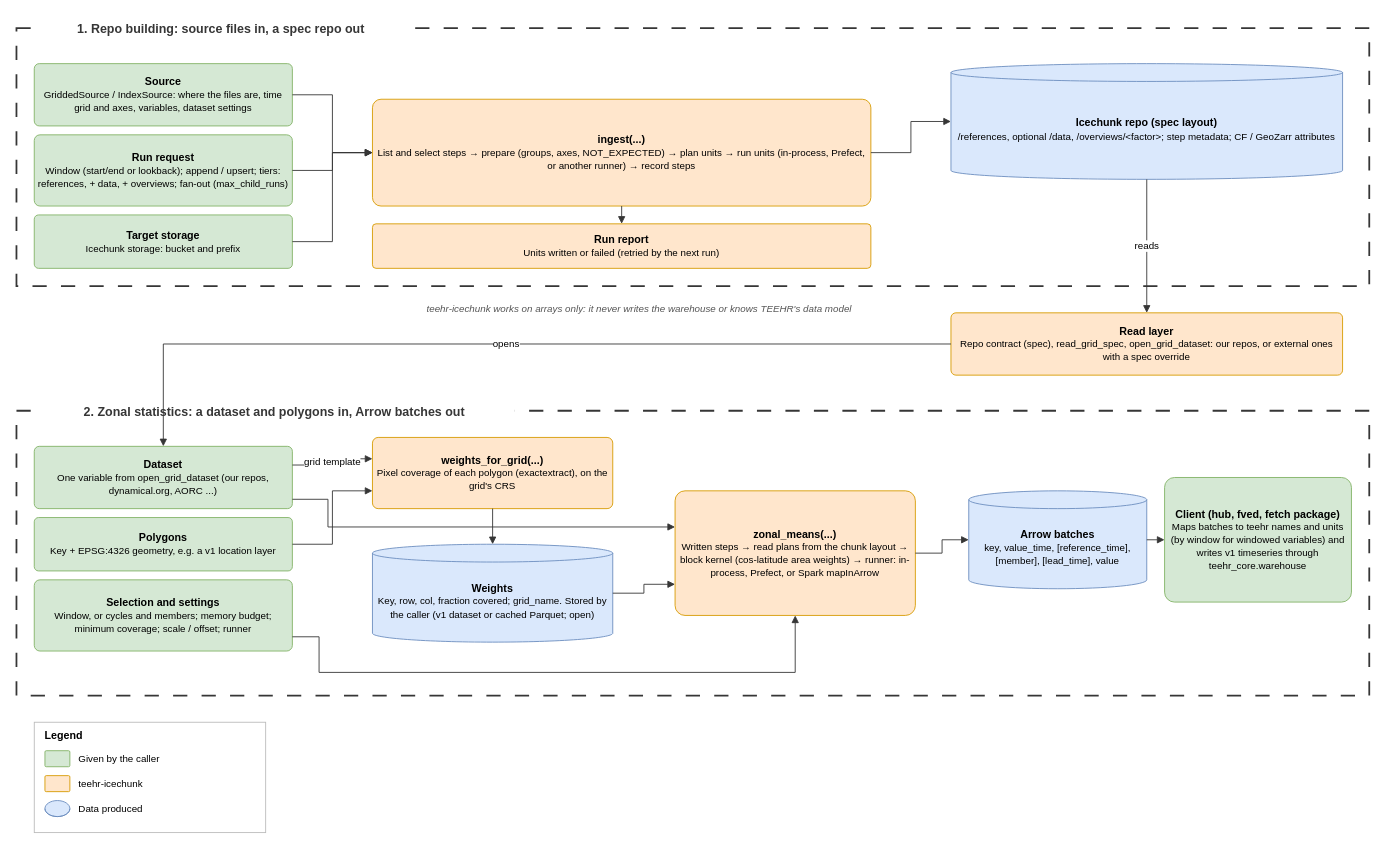
Earlier version of the draw.io diagram page "Two paths: inputs and outputs" (1 of 5) of docs/diagrams/drawio/teehr-icechunk.drawio (RTIInternational/teehr-icechunk). Source tidied: cells renumbered, new cells numbered last; positions are measured from the earlier drawing's top-left corner, leaving out a move shared by most shapes. Both pictures are drawn from the tidied source at 89%, with x=0, y=0 at pixel (16, 15).
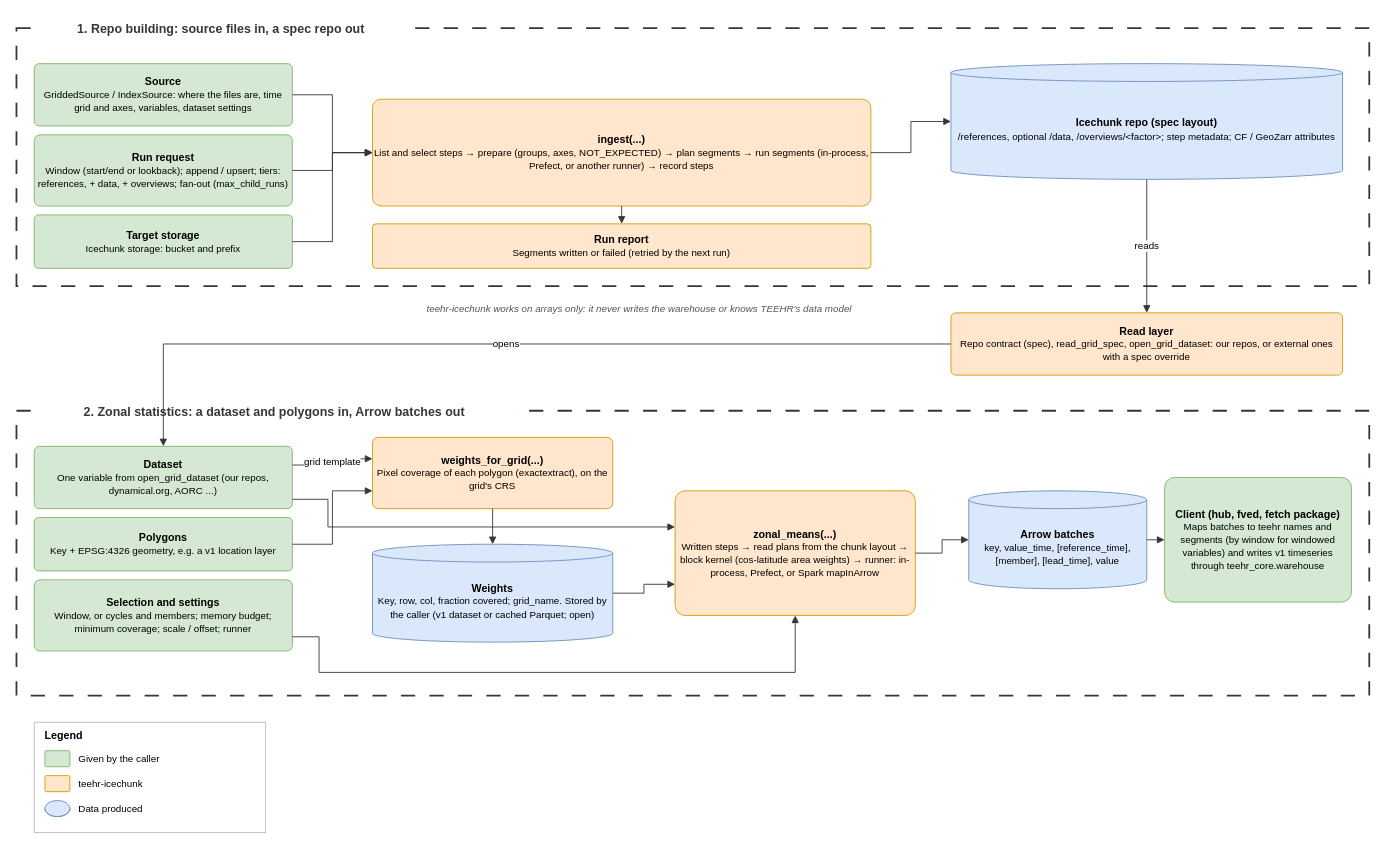
Above is the later version.

What changed in the source:
```diff
@@
-    <mxCell id="7" value="&lt;b&gt;ingest(...)&lt;/b&gt;&lt;br&gt;&lt;font style=&quot;font-size:11px&quot;&gt;List and select steps → prepare (groups, axes, NOT_EXPECTED) → plan units → run units (in-process, Prefect, or another runner) → record steps&lt;/font&gt;" style="rounded=1;whiteSpace=wrap;html=1;arcSize=8;fontSize=12;fillColor=#ffe6cc;strokeColor=#d79b00;" parent="1" vertex="1">
+    <mxCell id="7" value="&lt;b&gt;ingest(...)&lt;/b&gt;&lt;br&gt;&lt;font style=&quot;font-size:11px&quot;&gt;List and select steps → prepare (groups, axes, NOT_EXPECTED) → plan segments → run segments (in-process, Prefect, or another runner) → record steps&lt;/font&gt;" style="rounded=1;whiteSpace=wrap;html=1;arcSize=8;fontSize=12;fillColor=#ffe6cc;strokeColor=#d79b00;" parent="1" vertex="1">
       <mxGeometry x="400" y="94" width="560" height="120" as="geometry" />
     </mxCell>
@@
-    <mxCell id="9" value="&lt;b&gt;Run report&lt;/b&gt;&lt;br&gt;&lt;font style=&quot;font-size:11px&quot;&gt;Units written or failed (retried by the next run)&lt;/font&gt;" style="rounded=1;whiteSpace=wrap;html=1;arcSize=8;fontSize=12;fillColor=#ffe6cc;strokeColor=#d79b00;" parent="1" vertex="1">
+    <mxCell id="9" value="&lt;b&gt;Run report&lt;/b&gt;&lt;br&gt;&lt;font style=&quot;font-size:11px&quot;&gt;Segments written or failed (retried by the next run)&lt;/font&gt;" style="rounded=1;whiteSpace=wrap;html=1;arcSize=8;fontSize=12;fillColor=#ffe6cc;strokeColor=#d79b00;" parent="1" vertex="1">
       <mxGeometry x="400" y="234" width="560" height="50" as="geometry" />
     </mxCell>
@@
-    <mxCell id="26" value="&lt;b&gt;Client (hub, fved, fetch package)&lt;/b&gt;&lt;br&gt;&lt;font style=&quot;font-size:11px&quot;&gt;Maps batches to teehr names and units (by window for windowed variables) and writes v1 timeseries through teehr_core.warehouse&lt;/font&gt;" style="rounded=1;whiteSpace=wrap;html=1;arcSize=8;fontSize=12;fillColor=#d5e8d4;strokeColor=#82b366;" parent="1" vertex="1">
+    <mxCell id="26" value="&lt;b&gt;Client (hub, fved, fetch package)&lt;/b&gt;&lt;br&gt;&lt;font style=&quot;font-size:11px&quot;&gt;Maps batches to teehr names and segments (by window for windowed variables) and writes v1 timeseries through teehr_core.warehouse&lt;/font&gt;" style="rounded=1;whiteSpace=wrap;html=1;arcSize=8;fontSize=12;fillColor=#d5e8d4;strokeColor=#82b366;" parent="1" vertex="1">
       <mxGeometry x="1290" y="519" width="210" height="140" as="geometry" />
     </mxCell>
```
